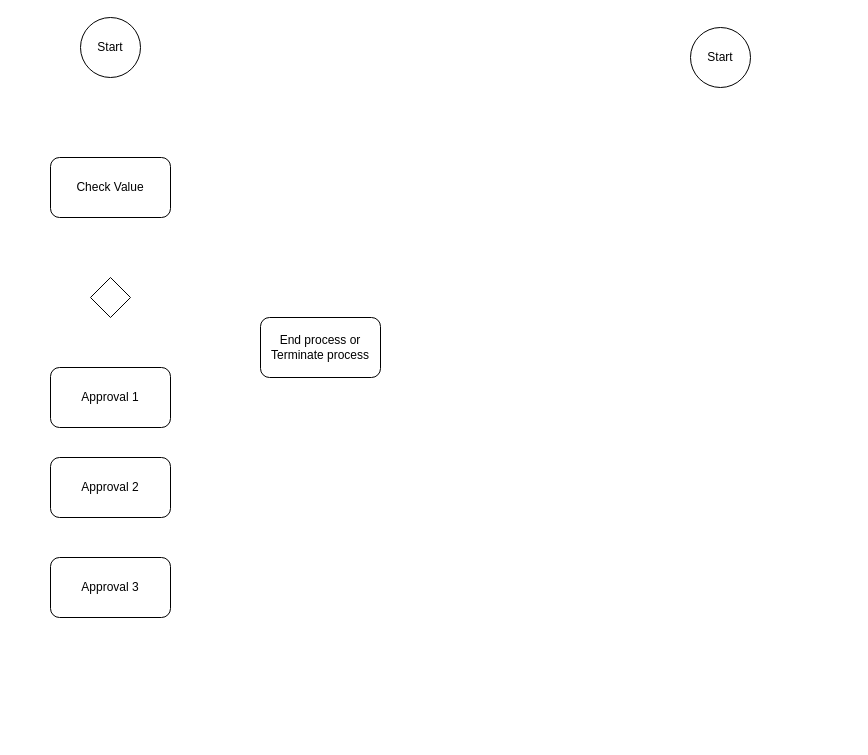
Earlier version of the draw.io diagram parallel-flow-vs-native-flow.drawio (LaMinKhant/lowcodediagram). Source tidied: cells renumbered, new cells numbered last; positions are measured from the earlier drawing's top-left corner, leaving out a move shared by most shapes. Both pictures are drawn from the tidied source at 100%, with x=0, y=0 at pixel (50, 17).
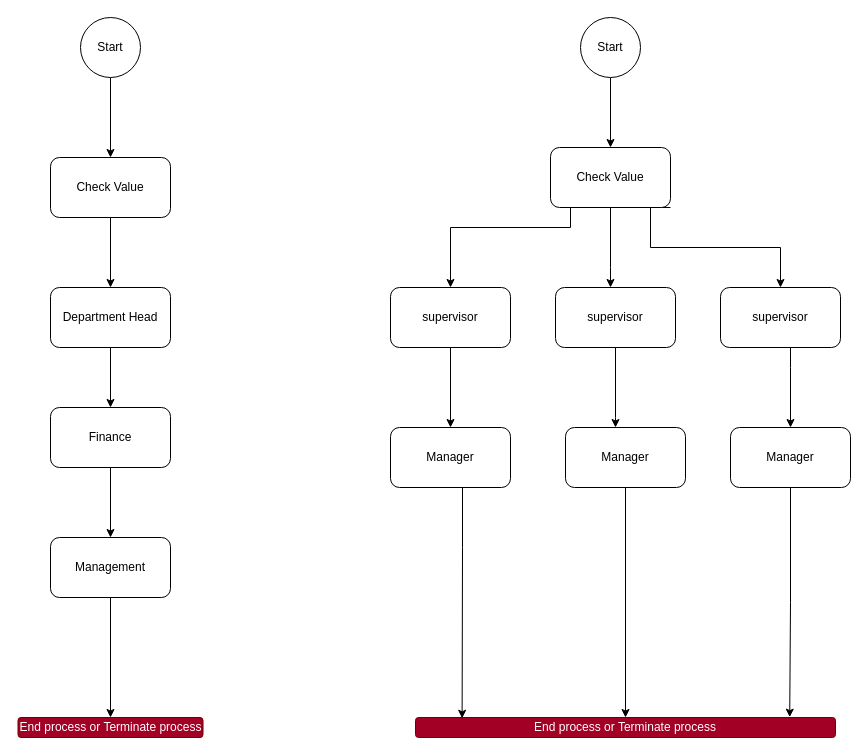
Above is the later version.

Unchanged cells that the change refers to:
```xml
<mxCell id="2" value="Start" style="ellipse;whiteSpace=wrap;html=1;" parent="1" vertex="1">
  <mxGeometry x="30" width="60" height="60" as="geometry" />
</mxCell>
<mxCell id="4" value="Check Value" style="rounded=1;whiteSpace=wrap;html=1;" parent="1" vertex="1">
  <mxGeometry y="140" width="120" height="60" as="geometry" />
</mxCell>
```

The edit, as a diff of the source:
```diff
@@
+    <mxCell id="10" style="edgeStyle=orthogonalEdgeStyle;rounded=0;jettySize=auto;html=1;" parent="1" edge="1" source="2" target="4">
+      <mxGeometry relative="1" as="geometry" />
+    </mxCell>
@@
+    <mxCell id="11" style="edgeStyle=orthogonalEdgeStyle;rounded=0;jettySize=auto;html=1;" parent="1" edge="1" source="3" target="20">
+      <mxGeometry relative="1" as="geometry" />
+    </mxCell>
     <mxCell id="3" value="Start" style="ellipse;whiteSpace=wrap;html=1;" parent="1" vertex="1">
-      <mxGeometry x="640" y="10" width="60" height="60" as="geometry" />
+      <mxGeometry x="530" width="60" height="60" as="geometry" />
     </mxCell>
+    <mxCell id="12" style="edgeStyle=orthogonalEdgeStyle;rounded=0;jettySize=auto;html=1;" parent="1" edge="1" source="4" target="5">
+      <mxGeometry relative="1" as="geometry" />
+    </mxCell>
@@
+    <mxCell id="13" style="edgeStyle=orthogonalEdgeStyle;rounded=0;jettySize=auto;html=1;" parent="1" edge="1" source="5" target="7">
+      <mxGeometry relative="1" as="geometry" />
+    </mxCell>
-    <mxCell id="5" value="Approval 1" style="rounded=1;whiteSpace=wrap;html=1;" parent="1" vertex="1">
-      <mxGeometry y="350" width="120" height="60" as="geometry" />
+    <mxCell id="5" value="Department Head" style="rounded=1;whiteSpace=wrap;html=1;" parent="1" vertex="1">
+      <mxGeometry y="270" width="120" height="60" as="geometry" />
     </mxCell>
-    <mxCell id="6" style="rhombus;whiteSpace=wrap;html=1;" parent="1" vertex="1">
-      <mxGeometry x="40" y="260" width="40" height="40" as="geometry" />
-    </mxCell>
+    <mxCell id="14" style="edgeStyle=orthogonalEdgeStyle;rounded=0;jettySize=auto;html=1;" parent="1" edge="1" source="7" target="8">
+      <mxGeometry relative="1" as="geometry" />
+    </mxCell>
-    <mxCell id="7" value="Approval 2" style="rounded=1;whiteSpace=wrap;html=1;" parent="1" vertex="1">
-      <mxGeometry y="440" width="120" height="60" as="geometry" />
+    <mxCell id="7" value="Finance" style="rounded=1;whiteSpace=wrap;html=1;" parent="1" vertex="1">
+      <mxGeometry y="390" width="120" height="60" as="geometry" />
     </mxCell>
+    <mxCell id="15" style="edgeStyle=orthogonalEdgeStyle;rounded=0;jettySize=auto;html=1;" parent="1" edge="1" source="8" target="9">
+      <mxGeometry relative="1" as="geometry" />
+    </mxCell>
-    <mxCell id="8" value="Approval 3" style="rounded=1;whiteSpace=wrap;html=1;" parent="1" vertex="1">
-      <mxGeometry y="540" width="120" height="60" as="geometry" />
+    <mxCell id="8" value="Management" style="rounded=1;whiteSpace=wrap;html=1;" parent="1" vertex="1">
+      <mxGeometry y="520" width="120" height="60" as="geometry" />
     </mxCell>
-    <mxCell id="9" value="End process or Terminate process" style="rounded=1;whiteSpace=wrap;html=1;" parent="1" vertex="1">
-      <mxGeometry x="210" y="300" width="120" height="60" as="geometry" />
+    <mxCell id="9" value="End process or Terminate process" style="rounded=1;whiteSpace=wrap;html=1;fillColor=#a20025;fontColor=#ffffff;strokeColor=#6F0000;rotation=0;" parent="1" vertex="1">
+      <mxGeometry x="-32.5" y="700" width="185" height="20" as="geometry" />
     </mxCell>
+    <mxCell id="16" value="End process or Terminate process" style="rounded=1;whiteSpace=wrap;html=1;fillColor=#a20025;fontColor=#ffffff;strokeColor=#6F0000;rotation=0;" parent="1" vertex="1">
+      <mxGeometry x="365" y="700" width="420" height="20" as="geometry" />
+    </mxCell>
+    <mxCell id="17" style="edgeStyle=orthogonalEdgeStyle;rounded=0;jettySize=auto;html=1;" parent="1" edge="1" source="20" target="24">
+      <mxGeometry relative="1" as="geometry">
+        <Array as="points">
+          <mxPoint x="560" y="250" />
+          <mxPoint x="560" y="250" />
+        </Array>
+      </mxGeometry>
+    </mxCell>
+    <mxCell id="18" style="edgeStyle=orthogonalEdgeStyle;rounded=0;jettySize=auto;html=1;exitX=1;exitY=1;exitDx=0;exitDy=0;entryX=0.5;entryY=0;entryDx=0;entryDy=0;" parent="1" edge="1" source="20" target="26">
+      <mxGeometry relative="1" as="geometry">
+        <Array as="points">
+          <mxPoint x="600" y="190" />
+          <mxPoint x="600" y="230" />
+          <mxPoint x="730" y="230" />
+        </Array>
+      </mxGeometry>
+    </mxCell>
+    <mxCell id="19" style="edgeStyle=orthogonalEdgeStyle;rounded=0;jettySize=auto;html=1;exitX=0;exitY=0.75;exitDx=0;exitDy=0;entryX=0.5;entryY=0;entryDx=0;entryDy=0;" parent="1" edge="1" source="20" target="22">
+      <mxGeometry relative="1" as="geometry">
+        <Array as="points">
+          <mxPoint x="520" y="175" />
+          <mxPoint x="520" y="210" />
+          <mxPoint x="400" y="210" />
+        </Array>
+      </mxGeometry>
+    </mxCell>
+    <mxCell id="20" value="Check Value" style="rounded=1;whiteSpace=wrap;html=1;" parent="1" vertex="1">
+      <mxGeometry x="500" y="130" width="120" height="60" as="geometry" />
+    </mxCell>
+    <mxCell id="21" style="edgeStyle=orthogonalEdgeStyle;rounded=0;jettySize=auto;html=1;" parent="1" edge="1" source="22" target="27">
+      <mxGeometry relative="1" as="geometry" />
+    </mxCell>
+    <mxCell id="22" value="supervisor" style="rounded=1;whiteSpace=wrap;html=1;" parent="1" vertex="1">
+      <mxGeometry x="340" y="270" width="120" height="60" as="geometry" />
+    </mxCell>
+    <mxCell id="23" style="edgeStyle=orthogonalEdgeStyle;rounded=0;jettySize=auto;html=1;" parent="1" edge="1" source="24" target="29">
+      <mxGeometry relative="1" as="geometry">
+        <Array as="points">
+          <mxPoint x="565" y="400" />
+          <mxPoint x="565" y="400" />
+        </Array>
+      </mxGeometry>
+    </mxCell>
+    <mxCell id="24" value="supervisor" style="rounded=1;whiteSpace=wrap;html=1;" parent="1" vertex="1">
+      <mxGeometry x="505" y="270" width="120" height="60" as="geometry" />
+    </mxCell>
+    <mxCell id="25" style="edgeStyle=orthogonalEdgeStyle;rounded=0;jettySize=auto;html=1;" parent="1" edge="1" source="26" target="30">
+      <mxGeometry relative="1" as="geometry">
+        <Array as="points">
+          <mxPoint x="740" y="350" />
+          <mxPoint x="740" y="350" />
+        </Array>
+      </mxGeometry>
+    </mxCell>
+    <mxCell id="26" value="supervisor" style="rounded=1;whiteSpace=wrap;html=1;" parent="1" vertex="1">
+      <mxGeometry x="670" y="270" width="120" height="60" as="geometry" />
+    </mxCell>
+    <mxCell id="27" value="Manager" style="rounded=1;whiteSpace=wrap;html=1;" parent="1" vertex="1">
+      <mxGeometry x="340" y="410" width="120" height="60" as="geometry" />
+    </mxCell>
+    <mxCell id="28" style="edgeStyle=orthogonalEdgeStyle;rounded=0;jettySize=auto;html=1;entryX=0.5;entryY=0;entryDx=0;entryDy=0;" parent="1" edge="1" source="29" target="16">
+      <mxGeometry relative="1" as="geometry" />
+    </mxCell>
+    <mxCell id="29" value="Manager" style="rounded=1;whiteSpace=wrap;html=1;" parent="1" vertex="1">
+      <mxGeometry x="515" y="410" width="120" height="60" as="geometry" />
+    </mxCell>
+    <mxCell id="30" value="Manager" style="rounded=1;whiteSpace=wrap;html=1;" parent="1" vertex="1">
+      <mxGeometry x="680" y="410" width="120" height="60" as="geometry" />
+    </mxCell>
+    <mxCell id="31" style="edgeStyle=orthogonalEdgeStyle;rounded=0;jettySize=auto;html=1;entryX=0.891;entryY=-0.017;entryDx=0;entryDy=0;entryPerimeter=0;" parent="1" edge="1" source="30" target="16">
+      <mxGeometry relative="1" as="geometry" />
+    </mxCell>
+    <mxCell id="32" style="edgeStyle=orthogonalEdgeStyle;rounded=0;jettySize=auto;html=1;entryX=0.111;entryY=0.039;entryDx=0;entryDy=0;entryPerimeter=0;" parent="1" edge="1" source="27" target="16">
+      <mxGeometry relative="1" as="geometry">
+        <Array as="points">
+          <mxPoint x="412" y="530" />
+          <mxPoint x="412" y="530" />
+        </Array>
+      </mxGeometry>
+    </mxCell>
```
